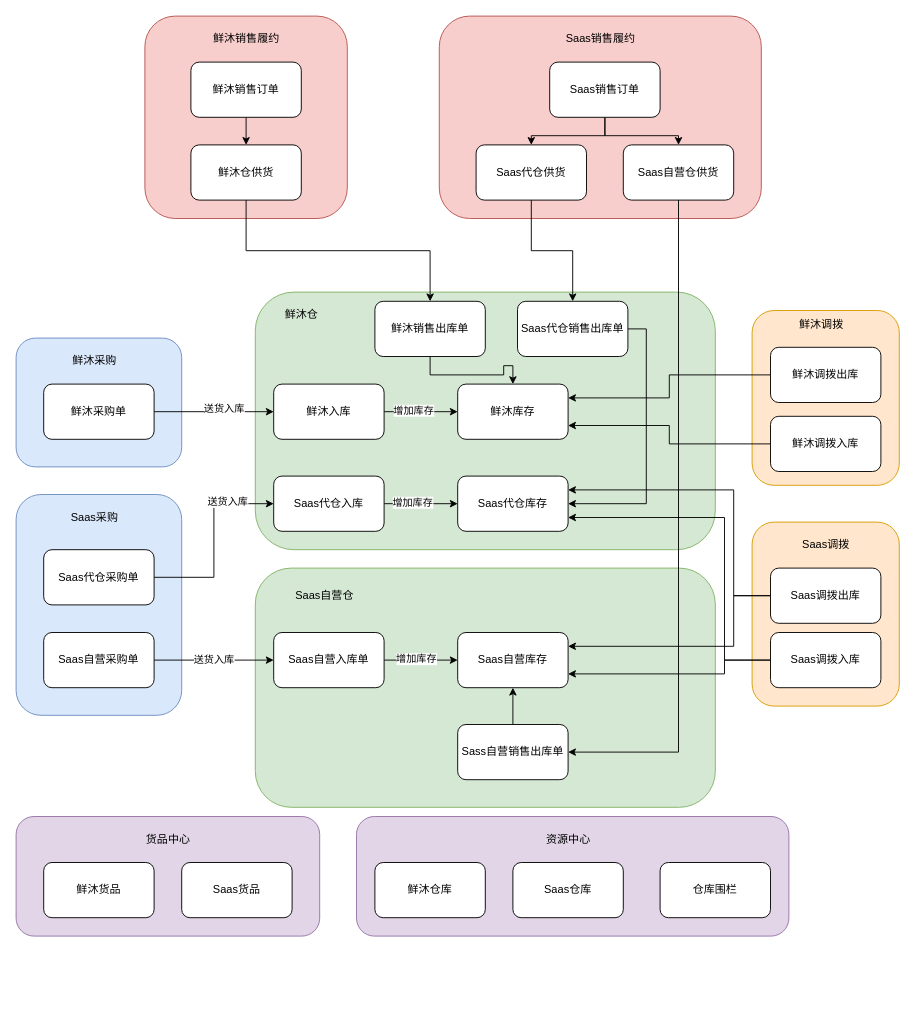
The draw.io diagram draw.io/Saas化数据流.drawio in zzqfsy/zzqfsy.github.io, before the edit. Source tidied: cells renumbered, new cells numbered last; positions are measured from the earlier drawing's top-left corner, leaving out a move shared by most shapes. Both pictures are drawn from the tidied source at 92%, with x=0, y=0 at pixel (16, 16).
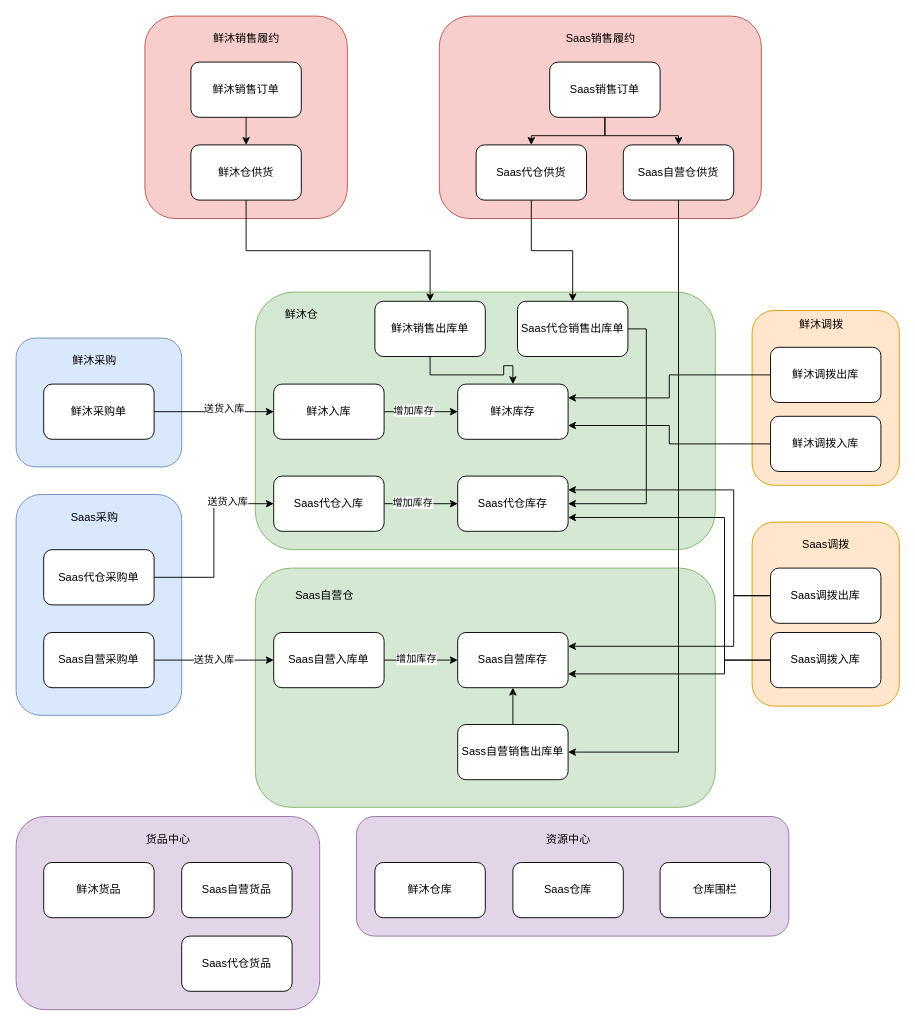
Above is the later version.

Commit message (it also covers changes not shown here):
更新Saas化数据流.drawio

Change to the diagram source:
```diff
@@
     <mxCell id="8" style="rounded=1;whiteSpace=wrap;html=1;fillColor=#e1d5e7;strokeColor=#9673a6;" parent="1" vertex="1">
-      <mxGeometry y="870" width="330" height="130" as="geometry" />
+      <mxGeometry y="870" width="330" height="210" as="geometry" />
     </mxCell>
@@
-    <mxCell id="37" value="Saas货品" style="rounded=1;whiteSpace=wrap;html=1;" parent="1" vertex="1">
+    <mxCell id="37" value="Saas自营货品" style="rounded=1;whiteSpace=wrap;html=1;" parent="1" vertex="1">
       <mxGeometry x="180" y="920" width="120" height="60" as="geometry" />
     </mxCell>
@@
+    <mxCell id="74" value="Saas代仓货品" style="rounded=1;whiteSpace=wrap;html=1;" parent="1" vertex="1">
+      <mxGeometry x="180" y="1000" width="120" height="60" as="geometry" />
+    </mxCell>
```
